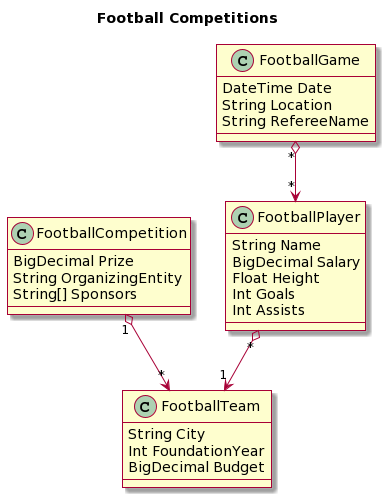
This is docs/football_competition.models.png from wzzzzwwzw/apaw-practice, a PlantUML export, as it was before one commit. Its diagram source:
```plantuml
@startuml
skin rose

title Football Competitions

class FootballCompetition {
  BigDecimal Prize
  String OrganizingEntity
  String[] Sponsors
}
class FootballPlayer {
  String Name
  BigDecimal Salary
  Float Height
  Int Goals
  Int Assists
}
class FootballTeam {
  String City
  Int FoundationYear
  BigDecimal Budget
}
class FootballGame {
  DateTime Date
  String Location
  String RefereeName
}

FootballCompetition "1" o--> "*" FootballTeam
FootballGame "*" o--> "*" FootballPlayer
FootballPlayer "*" o--> "1" FootballTeam
@enduml
```
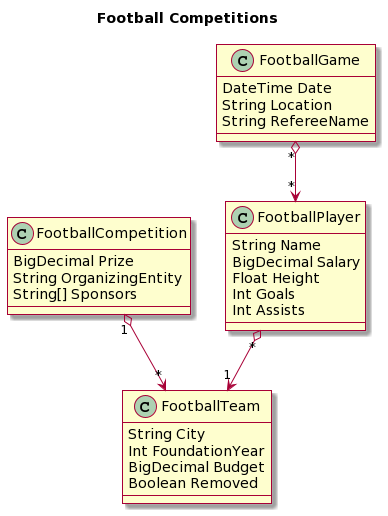
After the commit.

Commit message:
Updated UML model and the corresponding class #481

Change to the diagram source:
```diff
@@ -19,6 +19,7 @@
   String City
   Int FoundationYear
   BigDecimal Budget
+  Boolean Removed
 }
 class FootballGame {
   DateTime Date
```
